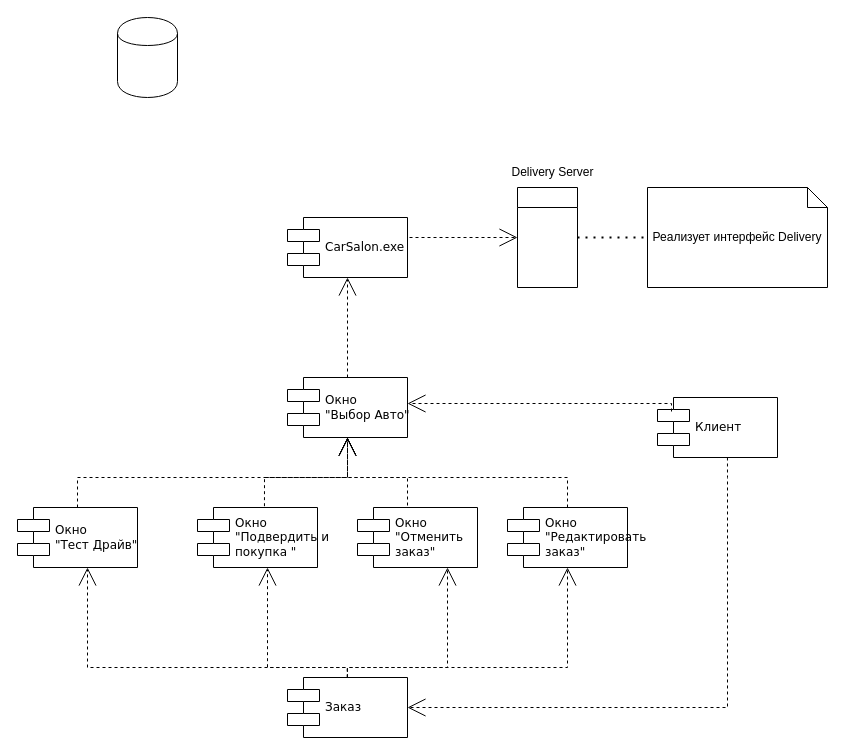
Above: page "Page-1" (1 of 2) of PR_7th_Akmis_Component_deployment_diagrams.drawio in mati-tech/draw.io (draw.io), before the change. Source tidied: cells renumbered, new cells numbered last; positions are measured from the earlier drawing's top-left corner, leaving out a move shared by most shapes. Both pictures are drawn from the tidied source at 100%, with x=0, y=0 at pixel (17, 17).
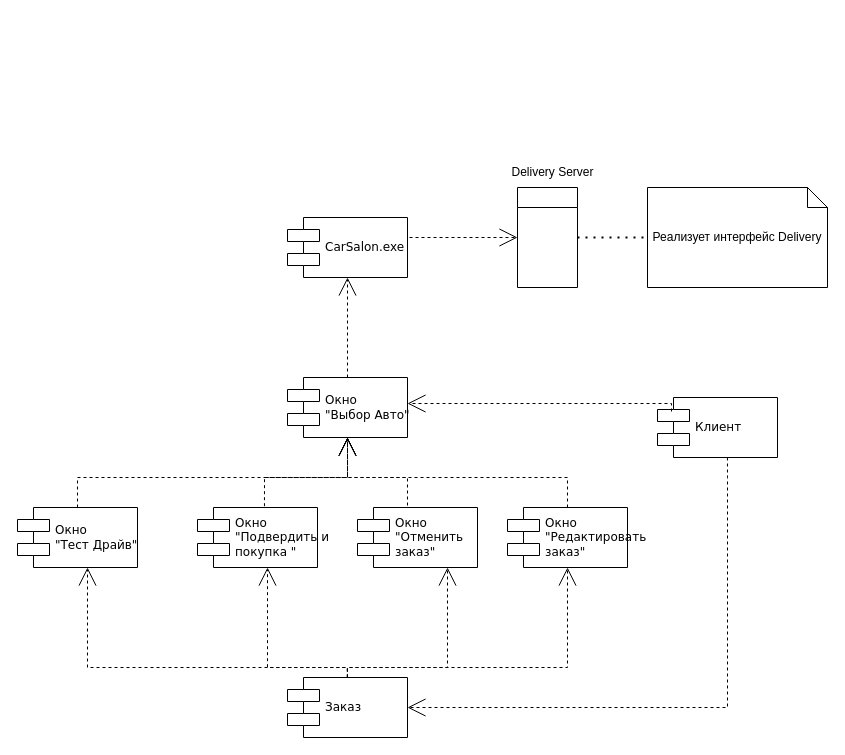
The same diagram, later.

Diff of the diagram source:
```diff
@@
-    <mxCell id="5" style="shape=cylinder;whiteSpace=wrap;html=1;boundedLbl=1;backgroundOutline=1;" parent="1" vertex="1">
-      <mxGeometry x="100" width="60" height="80" as="geometry" />
-    </mxCell>
```
